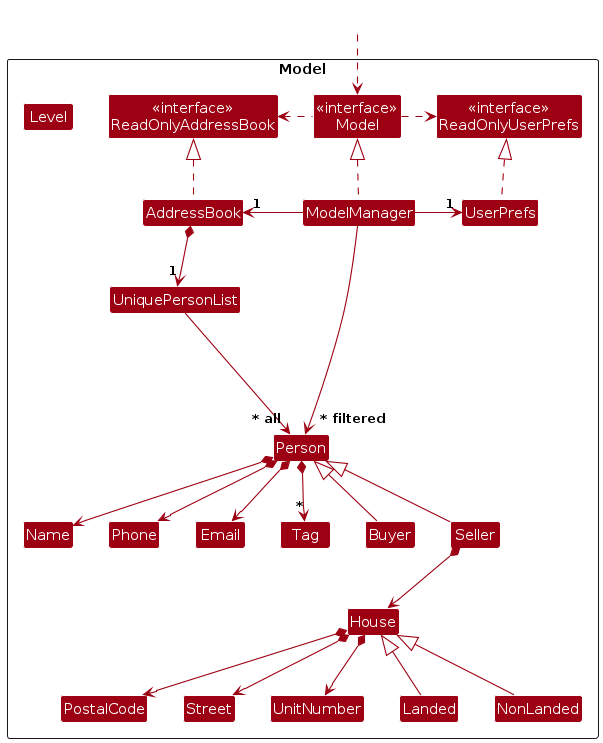
Above: diagrams/ModelClassDiagram.png in lokidoki102/tp (PlantUML), before the change. Its source is kept beside it as diagrams/ModelClassDiagram.puml. The source it was exported from:
```plantuml
@startuml
!include style.puml
skinparam arrowThickness 1.1
skinparam arrowColor MODEL_COLOR
skinparam classBackgroundColor MODEL_COLOR

Package Model as ModelPackage <<Rectangle>>{
Class "<<interface>>\nReadOnlyAddressBook" as ReadOnlyAddressBook
Class "<<interface>>\nReadOnlyUserPrefs" as ReadOnlyUserPrefs
Class "<<interface>>\nModel" as Model
Class AddressBook
Class ModelManager
Class UserPrefs

Class UniquePersonList
Class Person
Class Email
Class Name
Class Phone
Class Tag
Class PostalCode
Class Street
Class Level
Class UnitNumber
Class Buyer extends Person
Class Seller extends Person
Class House
Class Landed extends House
Class NonLanded extends House

Class I #FFFFFF
}

Class HiddenOutside #FFFFFF
HiddenOutside ..> Model

AddressBook .up.|> ReadOnlyAddressBook

ModelManager .up.|> Model
Model .right.> ReadOnlyUserPrefs
Model .left.> ReadOnlyAddressBook
ModelManager -left-> "1" AddressBook
ModelManager -right-> "1" UserPrefs
UserPrefs .up.|> ReadOnlyUserPrefs

AddressBook *--> "1" UniquePersonList
UniquePersonList --> "~* all" Person
Person *--> Name
Person *--> Phone
Person *--> Email
Person *--> "*" Tag
House *--> PostalCode
House *--> UnitNumber
House *--> Street
Seller *--> House




Person -[hidden]up--> I
UniquePersonList -[hidden]right-> I

Name -[hidden]right-> Phone


ModelManager --> "~* filtered" Person
@enduml
```
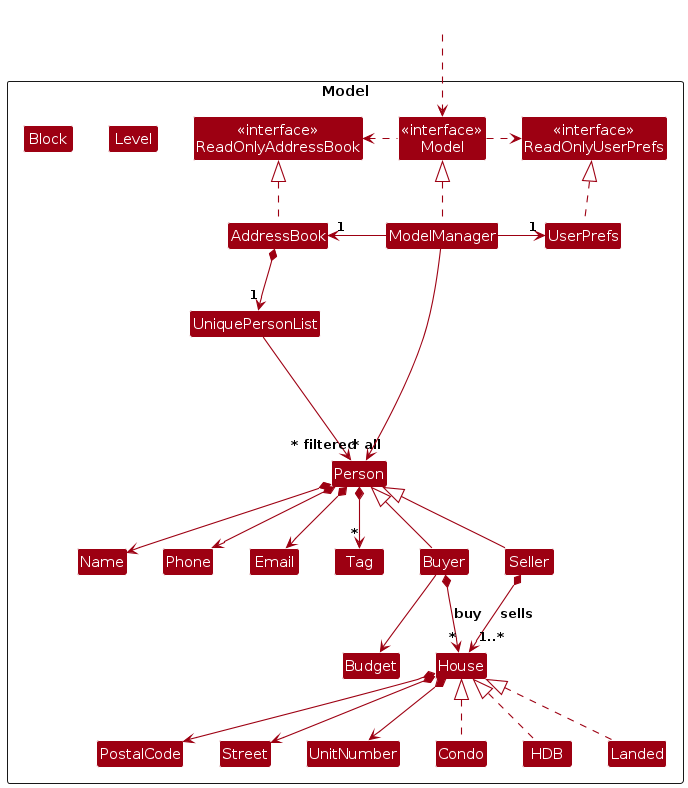
The same diagram one commit later.

Diff of the diagram source:
```diff
@@ -22,11 +22,14 @@
 Class Street
 Class Level
 Class UnitNumber
+Class Block
 Class Buyer extends Person
 Class Seller extends Person
 Class House
-Class Landed extends House
-Class NonLanded extends House
+Class Condo implements House
+Class HDB implements House
+Class Landed implements House
+Class Budget
 
 Class I #FFFFFF
 }
@@ -52,9 +55,9 @@
 House *--> PostalCode
 House *--> UnitNumber
 House *--> Street
-Seller *--> House
-
-
+Seller *--> "1..*" House : sells
+Buyer *--> "*" House : buy
+Buyer --> Budget
 
 
 Person -[hidden]up--> I
```
